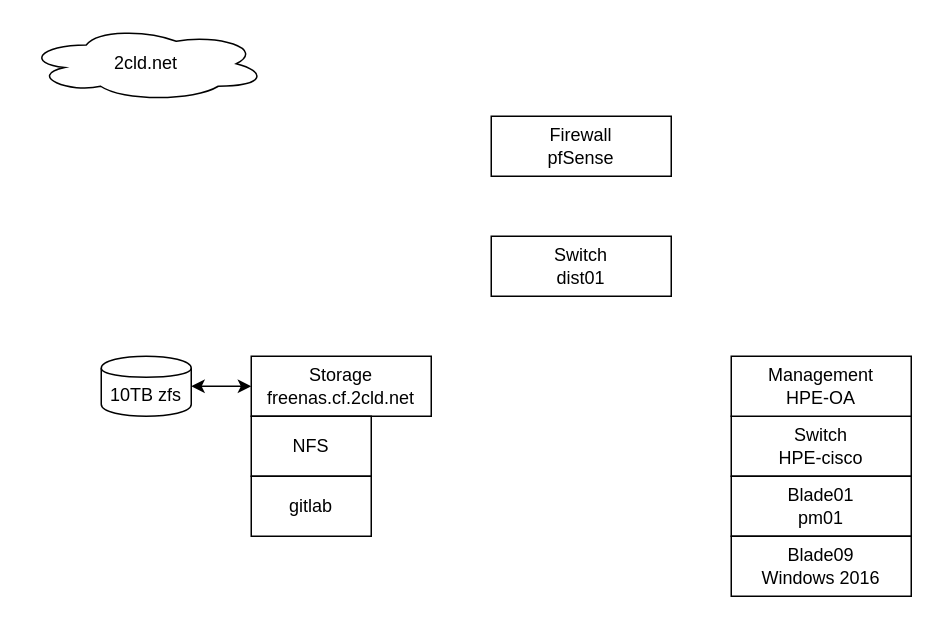
Before: docs/bmgrid-network.drawio in ctrees/bmgrid, a draw.io diagram. Source tidied: cells renumbered, new cells numbered last; positions are measured from the earlier drawing's top-left corner, leaving out a move shared by most shapes. Both pictures are drawn from the tidied source at 150%, with x=0, y=0 at pixel (26, 26).
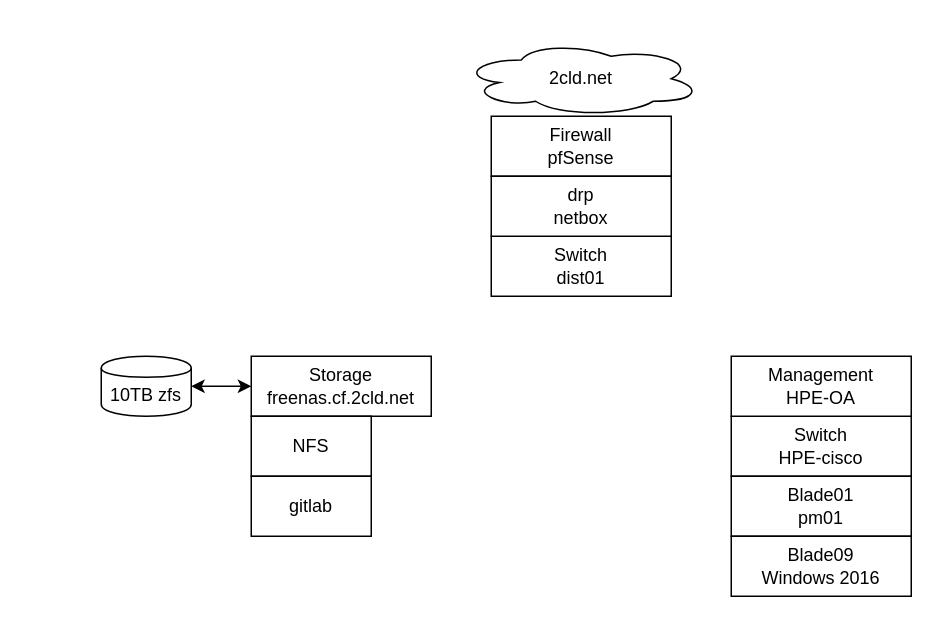
The same page after the edit.

What changed in the source:
```diff
@@
 <mxGraphModel>
   <root>
     <mxCell id="0" />
     <mxCell id="1" parent="0" />
     <mxCell id="2" value="2cld.net" style="ellipse;shape=cloud;whiteSpace=wrap;html=1;" parent="1" vertex="1">
-      <mxGeometry width="160" height="50" as="geometry" />
+      <mxGeometry x="290" y="10" width="160" height="50" as="geometry" />
     </mxCell>
     <mxCell id="3" value="Storage&lt;br&gt;freenas.cf.2cld.net" style="rounded=0;whiteSpace=wrap;html=1;" parent="1" vertex="1">
       <mxGeometry x="150" y="220" width="120" height="40" as="geometry" />
     </mxCell>
     <mxCell id="4" value="10TB zfs" style="shape=cylinder;whiteSpace=wrap;html=1;boundedLbl=1;backgroundOutline=1;" parent="1" vertex="1">
       <mxGeometry x="50" y="220" width="60" height="40" as="geometry" />
     </mxCell>
     <mxCell id="5" style="endArrow=classic;startArrow=classic;html=1;entryX=0;entryY=0.5;entryDx=0;entryDy=0;exitX=1;exitY=0.5;exitDx=0;exitDy=0;" parent="1" edge="1" source="4" target="3">
       <mxGeometry relative="1" as="geometry" />
     </mxCell>
     <mxCell id="6" value="Firewall&lt;br&gt;pfSense" style="rounded=0;whiteSpace=wrap;html=1;" parent="1" vertex="1">
       <mxGeometry x="310" y="60" width="120" height="40" as="geometry" />
     </mxCell>
     <mxCell id="7" value="Switch&lt;br&gt;dist01" style="rounded=0;whiteSpace=wrap;html=1;" parent="1" vertex="1">
       <mxGeometry x="310" y="140" width="120" height="40" as="geometry" />
     </mxCell>
     <mxCell id="8" value="Switch&lt;br&gt;HPE-cisco" style="rounded=0;whiteSpace=wrap;html=1;" parent="1" vertex="1">
       <mxGeometry x="470" y="260" width="120" height="40" as="geometry" />
     </mxCell>
     <mxCell id="9" value="Management&lt;br&gt;HPE-OA" style="rounded=0;whiteSpace=wrap;html=1;" parent="1" vertex="1">
       <mxGeometry x="470" y="220" width="120" height="40" as="geometry" />
     </mxCell>
     <mxCell id="10" value="NFS" style="rounded=0;whiteSpace=wrap;html=1;" parent="1" vertex="1">
       <mxGeometry x="150" y="260" width="80" height="40" as="geometry" />
     </mxCell>
     <mxCell id="11" value="gitlab" style="rounded=0;whiteSpace=wrap;html=1;" parent="1" vertex="1">
       <mxGeometry x="150" y="300" width="80" height="40" as="geometry" />
     </mxCell>
     <mxCell id="12" value="Blade01&lt;br&gt;pm01" style="rounded=0;whiteSpace=wrap;html=1;" parent="1" vertex="1">
       <mxGeometry x="470" y="300" width="120" height="40" as="geometry" />
     </mxCell>
     <mxCell id="13" value="Blade09&lt;br&gt;Windows 2016" style="rounded=0;whiteSpace=wrap;html=1;" parent="1" vertex="1">
       <mxGeometry x="470" y="340" width="120" height="40" as="geometry" />
     </mxCell>
+    <mxCell id="14" value="drp&lt;br&gt;netbox" style="rounded=0;whiteSpace=wrap;html=1;" parent="1" vertex="1">
+      <mxGeometry x="310" y="100" width="120" height="40" as="geometry" />
+    </mxCell>
   </root>
 </mxGraphModel>
```
